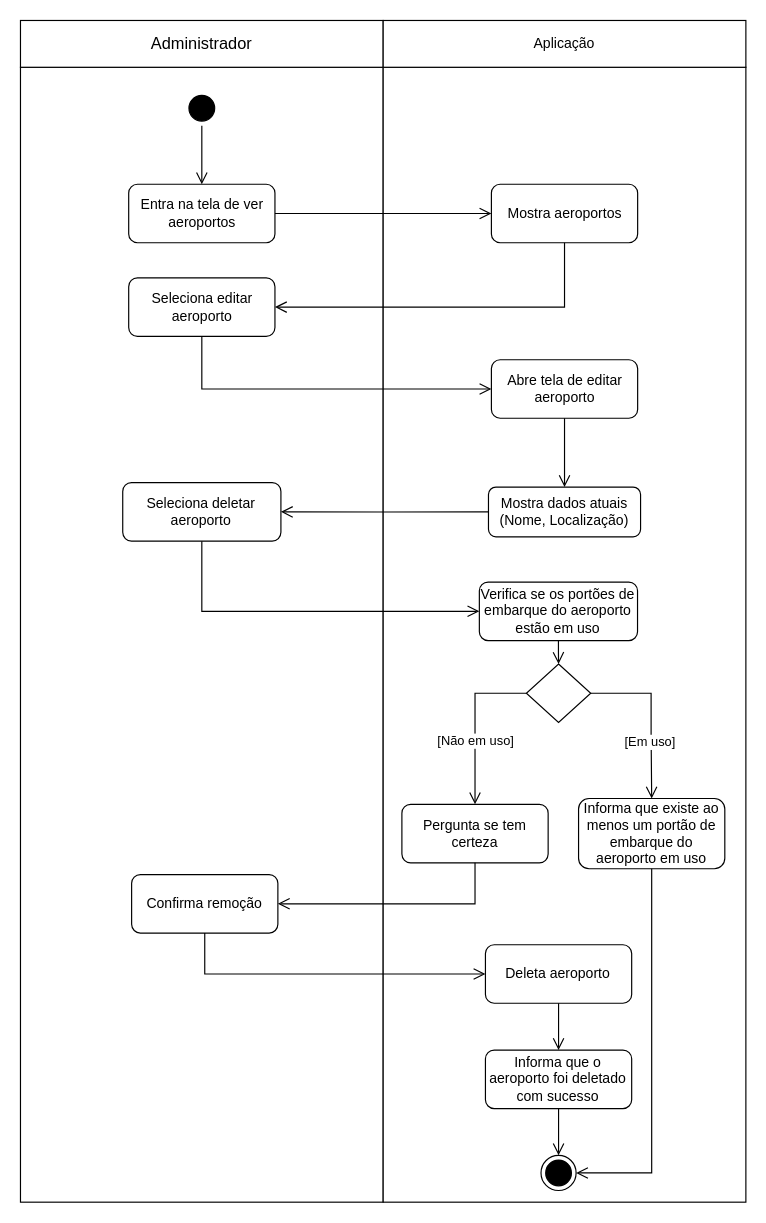
This is Diagramas/Eng_de_Software/Modelos/Atividade/Delete_Aeroporto.drawio from GabrielGMori/trabalho-conclus-o-ano, a draw.io file, before an edit. Source tidied: cells renumbered, new cells numbered last; positions are measured from the earlier drawing's top-left corner, leaving out a move shared by most shapes. Both pictures are drawn from the tidied source at 117%, with x=0, y=0 at pixel (20, 20).
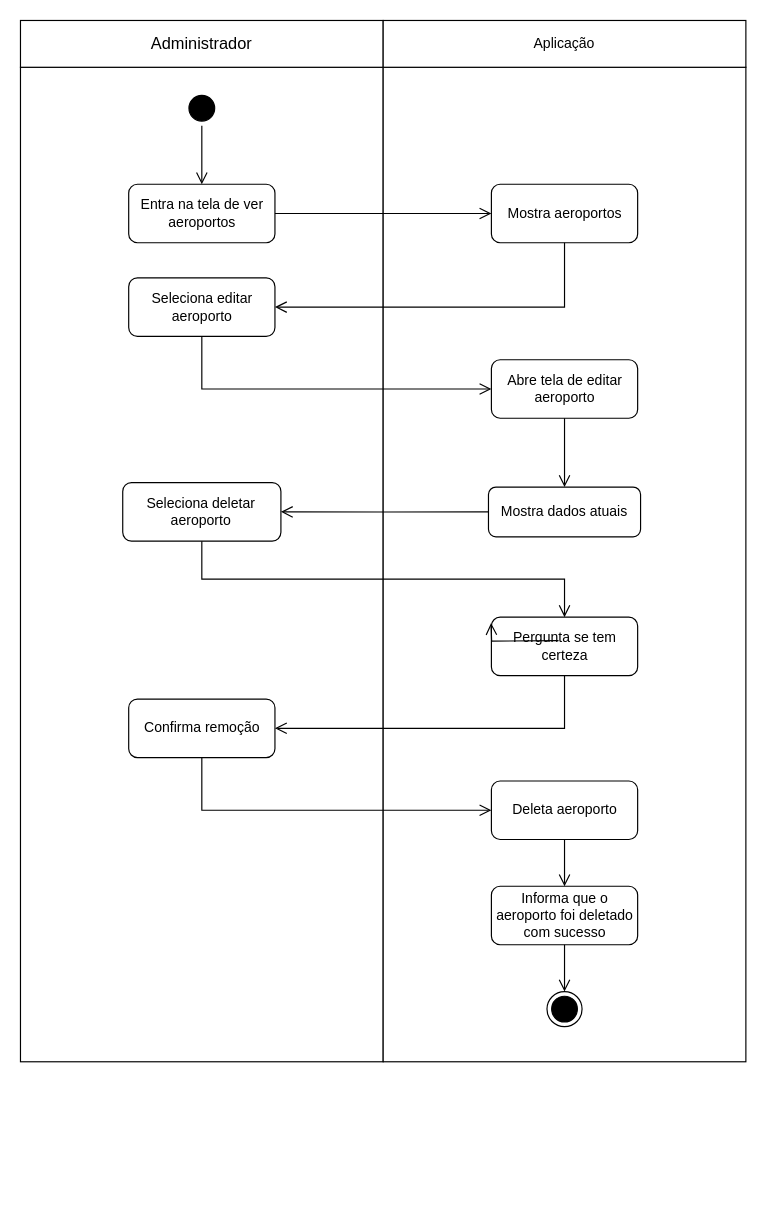
The same diagram, later.

The change refers to these unchanged cells:
```xml
<mxCell id="10" value="Seleciona deletar aeroporto" style="rounded=1;whiteSpace=wrap;html=1;" parent="1" vertex="1">
  <mxGeometry x="87.4" y="395" width="135.2" height="50" as="geometry" />
</mxCell>
```

What changed in the source:
```diff
@@
     <mxCell id="2" style="rounded=0;whiteSpace=wrap;html=1;" parent="1" vertex="1">
-      <mxGeometry y="40" width="310" height="970" as="geometry" />
+      <mxGeometry y="40" width="310" height="850" as="geometry" />
     </mxCell>
     <mxCell id="3" style="rounded=0;whiteSpace=wrap;html=1;" parent="1" vertex="1">
-      <mxGeometry x="310" y="40" width="310" height="970" as="geometry" />
+      <mxGeometry x="310" y="40" width="310" height="850" as="geometry" />
     </mxCell>
@@
-    <mxCell id="9" value="Mostra dados atuais (Nome, Localização)" style="rounded=1;whiteSpace=wrap;html=1;" parent="1" vertex="1">
+    <mxCell id="9" value="Mostra dados atuais" style="rounded=1;whiteSpace=wrap;html=1;" parent="1" vertex="1">
       <mxGeometry x="400" y="398.8" width="130" height="42.5" as="geometry" />
     </mxCell>
@@
     <mxCell id="12" value="Deleta aeroporto" style="rounded=1;whiteSpace=wrap;html=1;" parent="1" vertex="1">
-      <mxGeometry x="397.4" y="790" width="125" height="50" as="geometry" />
+      <mxGeometry x="402.5" y="650" width="125" height="50" as="geometry" />
     </mxCell>
     <mxCell id="13" value="&lt;div&gt;Informa que o aeroporto foi deletado com sucesso&lt;br&gt;&lt;/div&gt;" style="rounded=1;whiteSpace=wrap;html=1;" parent="1" vertex="1">
-      <mxGeometry x="397.4" y="880" width="125" height="50" as="geometry" />
+      <mxGeometry x="402.5" y="740" width="125" height="50" as="geometry" />
     </mxCell>
@@
     <mxCell id="15" style="ellipse;html=1;shape=endState;fillColor=#000000;strokeColor=#000000;" parent="1" vertex="1">
-      <mxGeometry x="444.9" y="970" width="30" height="30" as="geometry" />
+      <mxGeometry x="450" y="830" width="30" height="30" as="geometry" />
     </mxCell>
@@
-    <mxCell id="24" value="Verifica se os portões de embarque do aeroporto estão em uso" style="rounded=1;whiteSpace=wrap;html=1;" parent="1" vertex="1">
-      <mxGeometry x="392.2" y="480" width="135.2" height="50" as="geometry" />
-    </mxCell>
-    <mxCell id="25" style="edgeStyle=orthogonalEdgeStyle;html=1;verticalAlign=bottom;endArrow=open;endSize=8;strokeColor=#000000;rounded=0;entryX=0;entryY=0.5;entryDx=0;entryDy=0;exitX=0.5;exitY=1;exitDx=0;exitDy=0;" parent="1" edge="1" source="10" target="24">
+    <mxCell id="25" style="edgeStyle=orthogonalEdgeStyle;html=1;verticalAlign=bottom;endArrow=open;endSize=8;strokeColor=#000000;rounded=0;entryX=0.5;entryY=0;entryDx=0;entryDy=0;exitX=0.5;exitY=1;exitDx=0;exitDy=0;" parent="1" edge="1" source="10" target="27">
       <mxGeometry relative="1" as="geometry" />
     </mxCell>
     <mxCell id="26" value="Confirma remoção" style="rounded=1;whiteSpace=wrap;html=1;" parent="1" vertex="1">
-      <mxGeometry x="95" y="730" width="125" height="50" as="geometry" />
+      <mxGeometry x="92.5" y="580" width="125" height="50" as="geometry" />
     </mxCell>
     <mxCell id="27" value="Pergunta se tem certeza" style="rounded=1;whiteSpace=wrap;html=1;" parent="1" vertex="1">
-      <mxGeometry x="326" y="670" width="125" height="50" as="geometry" />
+      <mxGeometry x="402.5" y="510" width="125" height="50" as="geometry" />
     </mxCell>
@@
-    <mxCell id="30" style="rhombus;whiteSpace=wrap;html=1;" parent="1" vertex="1">
-      <mxGeometry x="432.4" y="550" width="55" height="50" as="geometry" />
-    </mxCell>
-    <mxCell id="31" style="edgeStyle=orthogonalEdgeStyle;html=1;verticalAlign=bottom;endArrow=open;endSize=8;strokeColor=#000000;rounded=0;entryX=0.5;entryY=0;entryDx=0;entryDy=0;exitX=1;exitY=0.5;exitDx=0;exitDy=0;" parent="1" edge="1" source="30" target="35">
-      <mxGeometry relative="1" as="geometry">
-        <Array as="points">
-          <mxPoint x="539" y="575" />
-          <mxPoint x="539" y="610" />
-          <mxPoint x="539" y="610" />
-        </Array>
-      </mxGeometry>
-    </mxCell>
-    <mxCell id="32" style="edgeStyle=orthogonalEdgeStyle;html=1;verticalAlign=bottom;endArrow=open;endSize=8;strokeColor=#000000;rounded=0;entryX=0.5;entryY=0;entryDx=0;entryDy=0;exitX=0;exitY=0.5;exitDx=0;exitDy=0;" parent="1" edge="1" source="30" target="27">
-      <mxGeometry relative="1" as="geometry" />
-    </mxCell>
-    <mxCell id="33" value="[Não em uso]" style="edgeLabel;html=1;align=center;verticalAlign=middle;" parent="32" vertex="1">
-      <mxGeometry x="-0.35" y="-2" relative="1" as="geometry">
-        <mxPoint x="2" y="39" as="offset" />
-      </mxGeometry>
-    </mxCell>
-    <mxCell id="34" style="edgeStyle=orthogonalEdgeStyle;html=1;verticalAlign=bottom;endArrow=open;endSize=8;strokeColor=#000000;rounded=0;entryX=0.5;entryY=0;entryDx=0;entryDy=0;exitX=0.5;exitY=1;exitDx=0;exitDy=0;" parent="1" edge="1" source="24" target="30">
-      <mxGeometry relative="1" as="geometry" />
+    <mxCell id="34" style="edgeStyle=orthogonalEdgeStyle;html=1;verticalAlign=bottom;endArrow=open;endSize=8;strokeColor=#000000;rounded=0;entryX=0.5;entryY=0;entryDx=0;entryDy=0;exitX=0.5;exitY=1;exitDx=0;exitDy=0;" parent="1" edge="1">
+      <mxGeometry relative="1" as="geometry">
+        <mxPoint x="459.9" y="530" as="sourcePoint" />
+        <mxPoint x="402.2" y="515" as="targetPoint" />
+      </mxGeometry>
     </mxCell>
-    <mxCell id="35" value="Informa que existe ao menos um portão de embarque do aeroporto em uso" style="rounded=1;whiteSpace=wrap;html=1;" parent="1" vertex="1">
-      <mxGeometry x="477" y="665" width="125" height="60" as="geometry" />
-    </mxCell>
-    <mxCell id="36" value="[Em uso]" style="edgeLabel;html=1;align=center;verticalAlign=middle;" parent="1" vertex="1">
-      <mxGeometry x="534.5" y="620" as="geometry">
-        <mxPoint x="3" y="-4" as="offset" />
-      </mxGeometry>
-    </mxCell>
-    <mxCell id="37" style="edgeStyle=orthogonalEdgeStyle;html=1;verticalAlign=bottom;endArrow=open;endSize=8;strokeColor=#000000;rounded=0;entryX=1;entryY=0.5;entryDx=0;entryDy=0;exitX=0.5;exitY=1;exitDx=0;exitDy=0;" parent="1" edge="1" source="35" target="15">
-      <mxGeometry relative="1" as="geometry" />
-    </mxCell>
```
